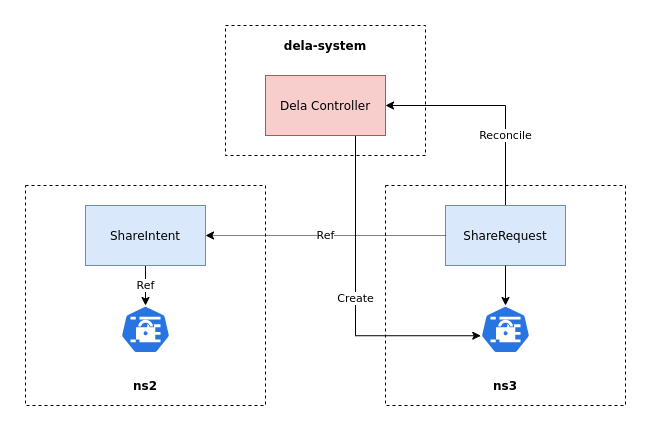
Before: assets/overview.png, a diagram exported from draw.io (phillebaba/dela). Source tidied: cells renumbered, new cells last; positions are measured from the earlier drawing's top-left corner, leaving out a move shared by most shapes.
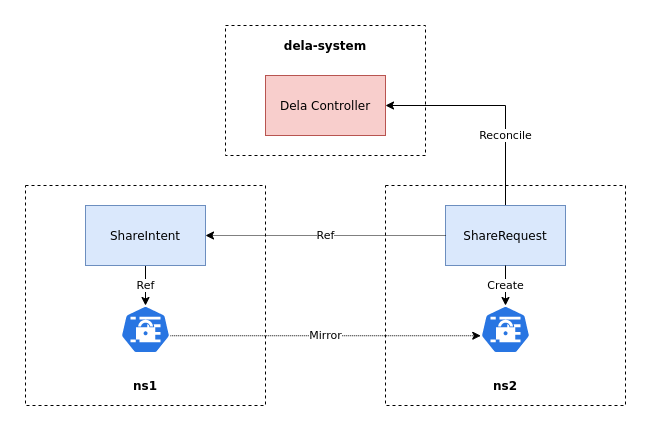
Later version of the same file.

Commit message:
Update overview diagram

Change to the diagram source:
```diff
@@ -21,19 +21,16 @@
     <mxCell id="6" style="rounded=0;whiteSpace=wrap;html=1;dashed=1;" parent="1" vertex="1">
       <mxGeometry y="160" width="240" height="220" as="geometry" />
     </mxCell>
-    <mxCell id="7" value="Create" style="edgeStyle=orthogonalEdgeStyle;rounded=0;jettySize=auto;html=1;exitX=0.75;exitY=1;exitDx=0;exitDy=0;entryX=0.005;entryY=0.63;entryDx=0;entryDy=0;entryPerimeter=0;startArrow=none;startFill=0;endArrow=classic;endFill=1;" parent="1" edge="1" source="8" target="17">
-      <mxGeometry relative="1" as="geometry" />
-    </mxCell>
     <mxCell id="8" value="Dela Controller" style="rounded=0;whiteSpace=wrap;html=1;fillColor=#f8cecc;strokeColor=#b85450;" parent="1" vertex="1">
       <mxGeometry x="240" y="50" width="120" height="60" as="geometry" />
     </mxCell>
     <mxCell id="9" value="dela-system" style="text;html=1;strokeColor=none;fillColor=none;align=center;verticalAlign=middle;whiteSpace=wrap;rounded=0;fontStyle=1;" parent="1" vertex="1">
       <mxGeometry x="250" y="10" width="100" height="20" as="geometry" />
     </mxCell>
-    <mxCell id="10" value="ns2" style="text;html=1;strokeColor=none;fillColor=none;align=center;verticalAlign=middle;whiteSpace=wrap;rounded=0;fontStyle=1;" parent="1" vertex="1">
+    <mxCell id="10" value="ns1" style="text;html=1;strokeColor=none;fillColor=none;align=center;verticalAlign=middle;whiteSpace=wrap;rounded=0;fontStyle=1;" parent="1" vertex="1">
       <mxGeometry x="100" y="350" width="40" height="20" as="geometry" />
     </mxCell>
-    <mxCell id="11" value="ns3" style="text;html=1;strokeColor=none;fillColor=none;align=center;verticalAlign=middle;whiteSpace=wrap;rounded=0;fontStyle=1;" parent="1" vertex="1">
+    <mxCell id="11" value="ns2" style="text;html=1;strokeColor=none;fillColor=none;align=center;verticalAlign=middle;whiteSpace=wrap;rounded=0;fontStyle=1;" parent="1" vertex="1">
       <mxGeometry x="460" y="350" width="40" height="20" as="geometry" />
     </mxCell>
     <mxCell id="12" value="Ref" style="edgeStyle=orthogonalEdgeStyle;rounded=0;jettySize=auto;html=1;exitX=0.5;exitY=1;exitDx=0;exitDy=0;entryX=0.5;entryY=0;entryDx=0;entryDy=0;entryPerimeter=0;" parent="1" edge="1" source="13" target="14">
@@ -42,13 +39,16 @@
     <mxCell id="13" value="ShareIntent" style="rounded=0;whiteSpace=wrap;html=1;fillColor=#dae8fc;strokeColor=#6c8ebf;" parent="1" vertex="1">
       <mxGeometry x="60" y="180" width="120" height="60" as="geometry" />
     </mxCell>
+    <mxCell id="18" value="Mirror" style="edgeStyle=orthogonalEdgeStyle;rounded=0;jettySize=auto;html=1;exitX=0.995;exitY=0.63;exitDx=0;exitDy=0;exitPerimeter=0;entryX=0.005;entryY=0.63;entryDx=0;entryDy=0;entryPerimeter=0;startArrow=none;startFill=0;endArrow=classic;endFill=1;dashed=1;dashPattern=1 1;" parent="1" edge="1" source="14" target="17">
+      <mxGeometry relative="1" as="geometry" />
+    </mxCell>
     <mxCell id="14" style="html=1;dashed=0;whitespace=wrap;fillColor=#2875E2;strokeColor=#ffffff;points=[[0.005,0.63,0],[0.1,0.2,0],[0.9,0.2,0],[0.5,0,0],[0.995,0.63,0],[0.72,0.99,0],[0.5,1,0],[0.28,0.99,0]];shape=mxgraph.kubernetes.icon;prIcon=secret;" parent="1" vertex="1">
       <mxGeometry x="95" y="280" width="50" height="48" as="geometry" />
     </mxCell>
     <mxCell id="15" value="Ref" style="edgeStyle=orthogonalEdgeStyle;rounded=0;jettySize=auto;html=1;entryX=1;entryY=0.5;entryDx=0;entryDy=0;dashed=1;dashPattern=1 1;" parent="1" edge="1" source="5" target="13">
       <mxGeometry relative="1" as="geometry" />
     </mxCell>
-    <mxCell id="16" style="edgeStyle=orthogonalEdgeStyle;rounded=0;jettySize=auto;html=1;entryX=0.5;entryY=0;entryDx=0;entryDy=0;entryPerimeter=0;" parent="1" edge="1" source="5" target="17">
+    <mxCell id="16" value="Create" style="edgeStyle=orthogonalEdgeStyle;rounded=0;jettySize=auto;html=1;entryX=0.5;entryY=0;entryDx=0;entryDy=0;entryPerimeter=0;" parent="1" edge="1" source="5" target="17">
       <mxGeometry relative="1" as="geometry" />
     </mxCell>
     <mxCell id="17" style="html=1;dashed=0;whitespace=wrap;fillColor=#2875E2;strokeColor=#ffffff;points=[[0.005,0.63,0],[0.1,0.2,0],[0.9,0.2,0],[0.5,0,0],[0.995,0.63,0],[0.72,0.99,0],[0.5,1,0],[0.28,0.99,0]];shape=mxgraph.kubernetes.icon;prIcon=secret;" parent="1" vertex="1">
```
